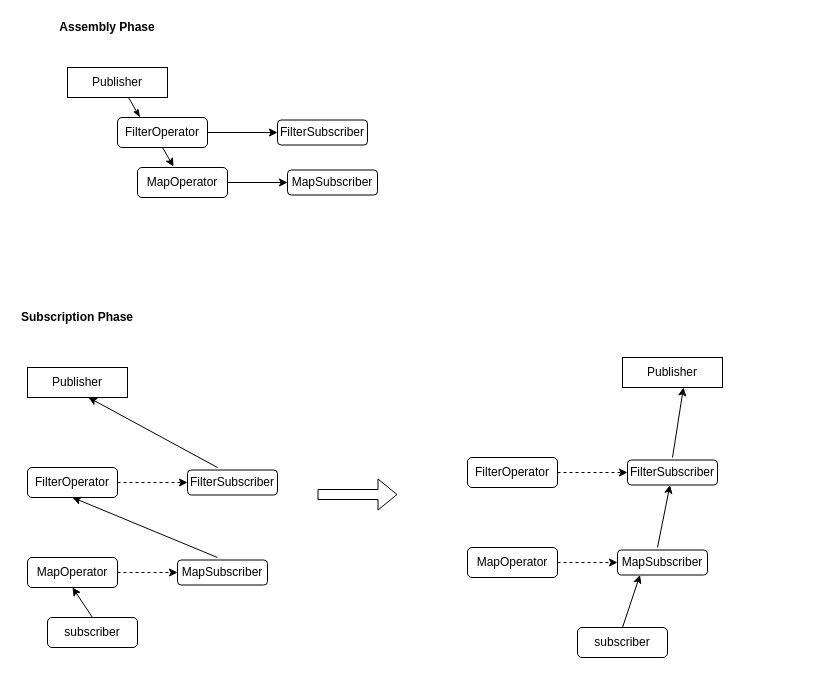
lruchandani/example keeps this draw.io diagram as Untitled Diagram.drawio. Above is the earlier version. Source tidied: cells renumbered, new cells numbered last; positions are measured from the earlier drawing's top-left corner, leaving out a move shared by most shapes. Both pictures are drawn from the tidied source at 100%, with x=0, y=0 at pixel (17, 17).
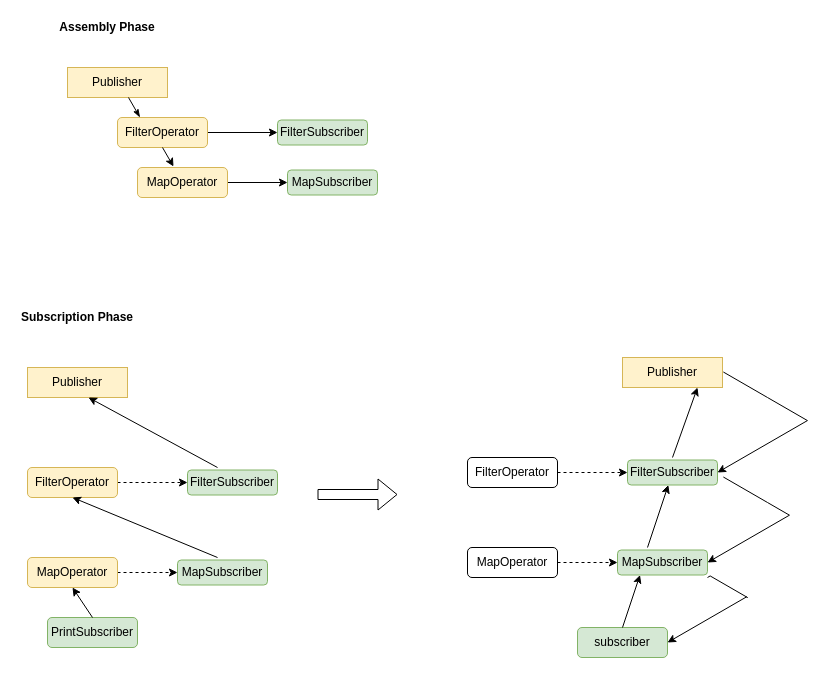
Above is the later version.

Change to the diagram source:
```diff
@@
-    <mxCell id="2" value="Publisher" style="rounded=0;whiteSpace=wrap;html=1;" parent="1" vertex="1">
+    <mxCell id="2" value="Publisher" style="rounded=0;whiteSpace=wrap;html=1;fillColor=#fff2cc;strokeColor=#d6b656;" parent="1" vertex="1">
       <mxGeometry x="50" y="50" width="100" height="30" as="geometry" />
     </mxCell>
@@
-    <mxCell id="4" value="FilterOperator" style="rounded=1;whiteSpace=wrap;html=1;" parent="1" vertex="1">
+    <mxCell id="4" value="FilterOperator" style="rounded=1;whiteSpace=wrap;html=1;fillColor=#fff2cc;strokeColor=#d6b656;" parent="1" vertex="1">
       <mxGeometry x="100" y="100" width="90" height="30" as="geometry" />
     </mxCell>
@@
-    <mxCell id="6" value="MapOperator" style="rounded=1;whiteSpace=wrap;html=1;" parent="1" vertex="1">
+    <mxCell id="6" value="MapOperator" style="rounded=1;whiteSpace=wrap;html=1;fillColor=#fff2cc;strokeColor=#d6b656;" parent="1" vertex="1">
       <mxGeometry x="120" y="150" width="90" height="30" as="geometry" />
     </mxCell>
@@
-    <mxCell id="10" value="FilterSubscriber" style="whiteSpace=wrap;html=1;rounded=1;" parent="1" vertex="1">
+    <mxCell id="10" value="FilterSubscriber" style="whiteSpace=wrap;html=1;rounded=1;fillColor=#d5e8d4;strokeColor=#82b366;" parent="1" vertex="1">
       <mxGeometry x="260" y="102.5" width="90" height="25" as="geometry" />
     </mxCell>
-    <mxCell id="11" value="MapSubscriber" style="whiteSpace=wrap;html=1;rounded=1;" parent="1" vertex="1">
+    <mxCell id="11" value="MapSubscriber" style="whiteSpace=wrap;html=1;rounded=1;fillColor=#d5e8d4;strokeColor=#82b366;" parent="1" vertex="1">
       <mxGeometry x="270" y="152.5" width="90" height="25" as="geometry" />
     </mxCell>
-    <mxCell id="12" value="Publisher" style="rounded=0;whiteSpace=wrap;html=1;" parent="1" vertex="1">
+    <mxCell id="12" value="Publisher" style="rounded=0;whiteSpace=wrap;html=1;fillColor=#fff2cc;strokeColor=#d6b656;" parent="1" vertex="1">
       <mxGeometry x="10" y="350" width="100" height="30" as="geometry" />
     </mxCell>
@@
-    <mxCell id="14" value="FilterOperator" style="rounded=1;whiteSpace=wrap;html=1;" parent="1" vertex="1">
+    <mxCell id="14" value="FilterOperator" style="rounded=1;whiteSpace=wrap;html=1;fillColor=#fff2cc;strokeColor=#d6b656;" parent="1" vertex="1">
       <mxGeometry x="10" y="450" width="90" height="30" as="geometry" />
     </mxCell>
@@
-    <mxCell id="16" value="MapOperator" style="rounded=1;whiteSpace=wrap;html=1;" parent="1" vertex="1">
+    <mxCell id="16" value="MapOperator" style="rounded=1;whiteSpace=wrap;html=1;fillColor=#fff2cc;strokeColor=#d6b656;" parent="1" vertex="1">
       <mxGeometry x="10" y="540" width="90" height="30" as="geometry" />
     </mxCell>
-    <mxCell id="17" value="subscriber" style="rounded=1;whiteSpace=wrap;html=1;" parent="1" vertex="1">
+    <mxCell id="17" value="PrintSubscriber" style="rounded=1;whiteSpace=wrap;html=1;fillColor=#d5e8d4;strokeColor=#82b366;" parent="1" vertex="1">
       <mxGeometry x="30" y="600" width="90" height="30" as="geometry" />
     </mxCell>
@@
-    <mxCell id="22" value="FilterSubscriber" style="whiteSpace=wrap;html=1;rounded=1;" parent="1" vertex="1">
+    <mxCell id="22" value="FilterSubscriber" style="whiteSpace=wrap;html=1;rounded=1;fillColor=#d5e8d4;strokeColor=#82b366;" parent="1" vertex="1">
       <mxGeometry x="170" y="452.5" width="90" height="25" as="geometry" />
     </mxCell>
-    <mxCell id="23" value="MapSubscriber" style="whiteSpace=wrap;html=1;rounded=1;" parent="1" vertex="1">
+    <mxCell id="23" value="MapSubscriber" style="whiteSpace=wrap;html=1;rounded=1;fillColor=#d5e8d4;strokeColor=#82b366;" parent="1" vertex="1">
       <mxGeometry x="160" y="542.5" width="90" height="25" as="geometry" />
     </mxCell>
-    <mxCell id="24" value="Publisher" style="rounded=0;whiteSpace=wrap;html=1;" parent="1" vertex="1">
+    <mxCell id="24" value="Publisher" style="rounded=0;whiteSpace=wrap;html=1;fillColor=#fff2cc;strokeColor=#d6b656;" parent="1" vertex="1">
       <mxGeometry x="605" y="340" width="100" height="30" as="geometry" />
     </mxCell>
@@
-    <mxCell id="29" value="subscriber" style="rounded=1;whiteSpace=wrap;html=1;" parent="1" vertex="1">
+    <mxCell id="29" value="subscriber" style="rounded=1;whiteSpace=wrap;html=1;fillColor=#d5e8d4;strokeColor=#82b366;" parent="1" vertex="1">
       <mxGeometry x="560" y="610" width="90" height="30" as="geometry" />
     </mxCell>
-    <mxCell id="30" style="endArrow=none;html=1;exitX=0.61;exitY=1;exitDx=0;exitDy=0;exitPerimeter=0;startArrow=classic;startFill=1;endFill=0;" parent="1" edge="1" source="24">
+    <mxCell id="30" style="endArrow=none;html=1;exitX=0.75;exitY=1;exitDx=0;exitDy=0;startArrow=classic;startFill=1;endFill=0;" parent="1" edge="1" source="24">
       <mxGeometry relative="1" as="geometry">
         <mxPoint x="655" y="440" as="targetPoint" />
       </mxGeometry>
     </mxCell>
     <mxCell id="31" style="endArrow=none;html=1;startArrow=classic;startFill=1;endFill=0;" parent="1" edge="1" source="33">
       <mxGeometry relative="1" as="geometry">
-        <mxPoint x="640" y="530" as="targetPoint" />
+        <mxPoint x="630" y="530" as="targetPoint" />
       </mxGeometry>
     </mxCell>
@@
+    <mxCell id="36" style="edgeStyle=isometricEdgeStyle;rounded=0;jettySize=auto;html=1;exitX=1;exitY=0.5;exitDx=0;exitDy=0;entryX=1;entryY=0.5;entryDx=0;entryDy=0;startArrow=classic;startFill=1;endArrow=none;endFill=0;" parent="1" edge="1" source="33" target="24">
+      <mxGeometry relative="1" as="geometry">
+        <Array as="points">
+          <mxPoint x="750" y="380" />
+        </Array>
+      </mxGeometry>
+    </mxCell>
-    <mxCell id="33" value="FilterSubscriber" style="whiteSpace=wrap;html=1;rounded=1;" parent="1" vertex="1">
+    <mxCell id="33" value="FilterSubscriber" style="whiteSpace=wrap;html=1;rounded=1;fillColor=#d5e8d4;strokeColor=#82b366;" parent="1" vertex="1">
       <mxGeometry x="610" y="442.5" width="90" height="25" as="geometry" />
     </mxCell>
-    <mxCell id="34" value="MapSubscriber" style="whiteSpace=wrap;html=1;rounded=1;" parent="1" vertex="1">
+    <mxCell id="34" value="MapSubscriber" style="whiteSpace=wrap;html=1;rounded=1;fillColor=#d5e8d4;strokeColor=#82b366;" parent="1" vertex="1">
       <mxGeometry x="600" y="532.5" width="90" height="25" as="geometry" />
     </mxCell>
@@
+    <mxCell id="37" style="edgeStyle=isometricEdgeStyle;rounded=0;jettySize=auto;html=1;exitX=1;exitY=0.5;exitDx=0;exitDy=0;entryX=1;entryY=0.5;entryDx=0;entryDy=0;startArrow=classic;startFill=1;endArrow=none;endFill=0;" parent="1" edge="1" source="34">
+      <mxGeometry relative="1" as="geometry">
+        <mxPoint x="705" y="460" as="targetPoint" />
+        <Array as="points">
+          <mxPoint x="750" y="485" />
+        </Array>
+      </mxGeometry>
+    </mxCell>
+    <mxCell id="38" style="edgeStyle=isometricEdgeStyle;rounded=0;jettySize=auto;html=1;exitX=1;exitY=0.5;exitDx=0;exitDy=0;startArrow=classic;startFill=1;endArrow=none;endFill=0;" parent="1" edge="1" source="29">
+      <mxGeometry relative="1" as="geometry">
+        <mxPoint x="690" y="560" as="targetPoint" />
+        <Array as="points">
+          <mxPoint x="730" y="580" />
+        </Array>
+      </mxGeometry>
+    </mxCell>
```
